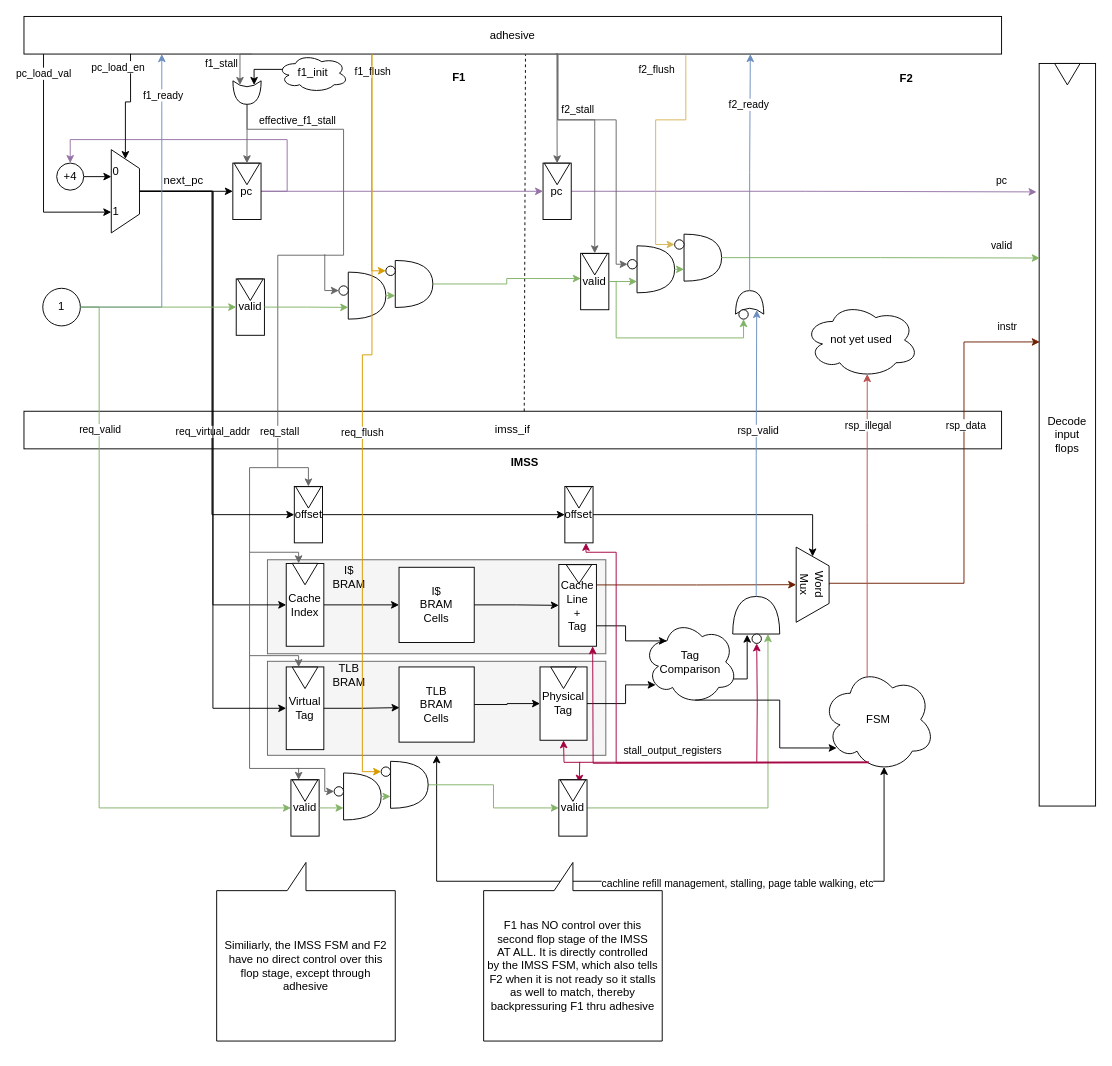
This is page "better_bram_usage" (2 of 3) of diagrams/draw.io/instruction_fetching.drawio from angry-goose-initiative/wiki, a draw.io file, before an edit. Source tidied: cells renumbered, new cells numbered last; positions are measured from the earlier drawing's top-left corner, leaving out a move shared by most shapes. Both pictures are drawn from the tidied source at 94%, with x=0, y=0 at pixel (24, 16).
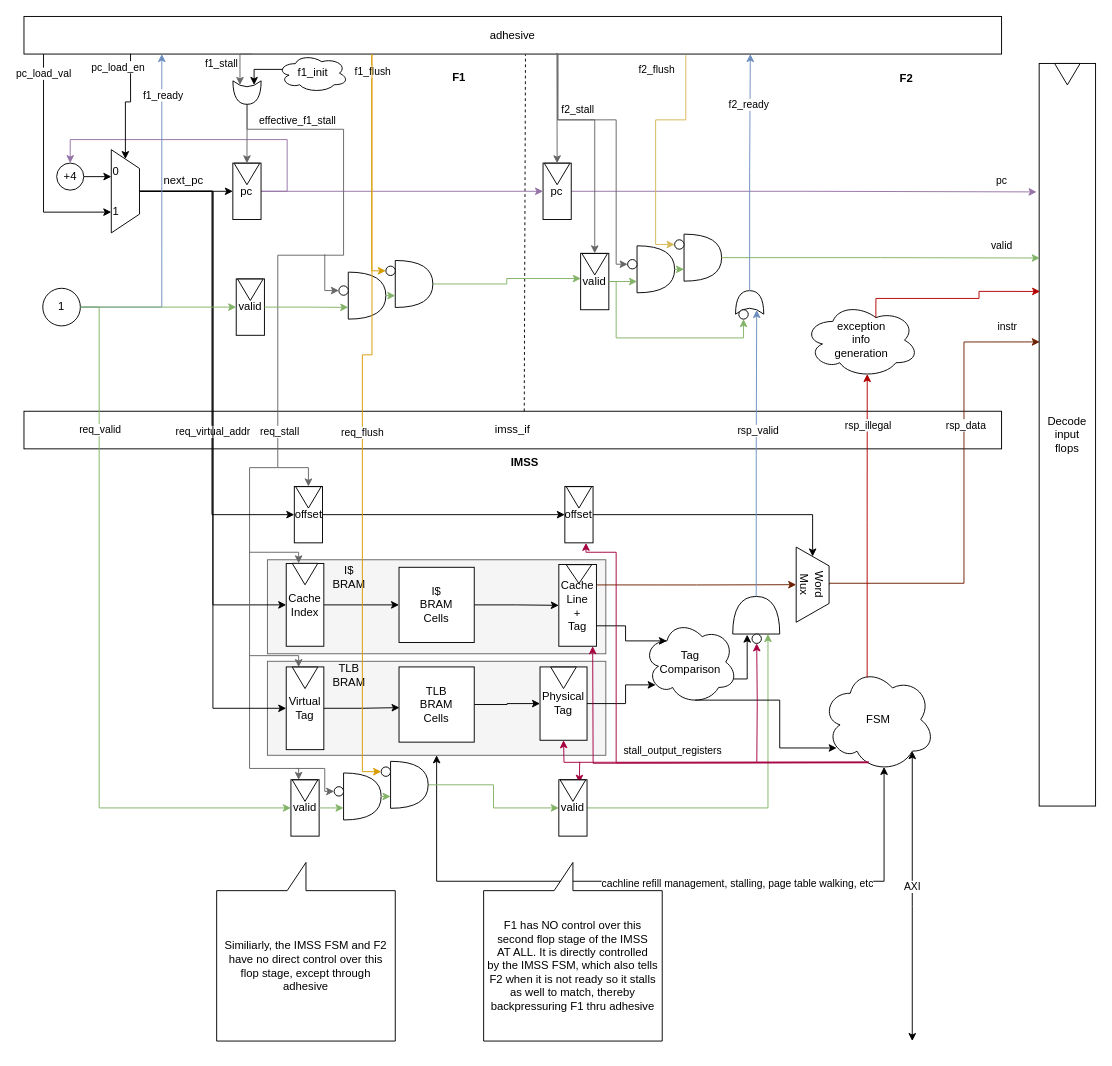
The same page after the edit.

Commit message:
Add a few more details to fetch brainstorming

The change refers to these unchanged cells:
```xml
<mxCell id="66" value="FSM" style="ellipse;shape=cloud;whiteSpace=wrap;html=1;" parent="1" vertex="1">
  <mxGeometry x="849" y="692" width="120" height="112" as="geometry" />
</mxCell>
<mxCell id="103" value="Decode&lt;div&gt;input&lt;/div&gt;&lt;div&gt;flops&lt;/div&gt;" style="rounded=0;whiteSpace=wrap;html=1;" parent="1" vertex="1">
  <mxGeometry x="1080" y="50" width="60" height="790" as="geometry" />
</mxCell>
```

The edit, as a diff of the source:
```diff
@@
+    <mxCell id="151" style="edgeStyle=orthogonalEdgeStyle;rounded=0;jettySize=auto;html=1;exitX=0.8;exitY=0.8;exitDx=0;exitDy=0;exitPerimeter=0;startArrow=classic;startFill=1;" parent="1" edge="1" source="66">
+      <mxGeometry relative="1" as="geometry">
+        <mxPoint x="945" y="1090" as="targetPoint" />
+      </mxGeometry>
+    </mxCell>
+    <mxCell id="152" value="AXI" style="edgeLabel;html=1;align=center;verticalAlign=middle;" parent="151" vertex="1">
+      <mxGeometry x="-0.13" y="-1" relative="1" as="geometry">
+        <mxPoint y="10" as="offset" />
+      </mxGeometry>
+    </mxCell>
@@
-    <mxCell id="100" style="edgeStyle=orthogonalEdgeStyle;rounded=0;jettySize=auto;html=1;exitX=0.4;exitY=0.1;exitDx=0;exitDy=0;exitPerimeter=0;fillColor=#f8cecc;strokeColor=#b85450;entryX=0.55;entryY=0.95;entryDx=0;entryDy=0;entryPerimeter=0;" parent="1" edge="1" source="66" target="102">
+    <mxCell id="100" style="edgeStyle=orthogonalEdgeStyle;rounded=0;jettySize=auto;html=1;exitX=0.4;exitY=0.1;exitDx=0;exitDy=0;exitPerimeter=0;fillColor=#e51400;strokeColor=#B20000;entryX=0.55;entryY=0.95;entryDx=0;entryDy=0;entryPerimeter=0;" parent="1" edge="1" source="66" target="102">
       <mxGeometry relative="1" as="geometry" />
     </mxCell>
@@
-    <mxCell id="102" value="not yet used" style="ellipse;shape=cloud;whiteSpace=wrap;html=1;" parent="1" vertex="1">
+    <mxCell id="102" value="exception&lt;div&gt;info&lt;/div&gt;&lt;div&gt;generation&lt;/div&gt;" style="ellipse;shape=cloud;whiteSpace=wrap;html=1;" parent="1" vertex="1">
       <mxGeometry x="830" y="304.4" width="122" height="80" as="geometry" />
     </mxCell>
@@
+    <mxCell id="153" style="edgeStyle=orthogonalEdgeStyle;rounded=0;jettySize=auto;html=1;exitX=0.625;exitY=0.2;exitDx=0;exitDy=0;exitPerimeter=0;entryX=0.017;entryY=0.307;entryDx=0;entryDy=0;entryPerimeter=0;fillColor=#e51400;strokeColor=#B20000;" parent="1" edge="1" source="102" target="103">
+      <mxGeometry relative="1" as="geometry">
+        <Array as="points">
+          <mxPoint x="906" y="300" />
+          <mxPoint x="1016" y="300" />
+          <mxPoint x="1016" y="293" />
+        </Array>
+      </mxGeometry>
+    </mxCell>
```
